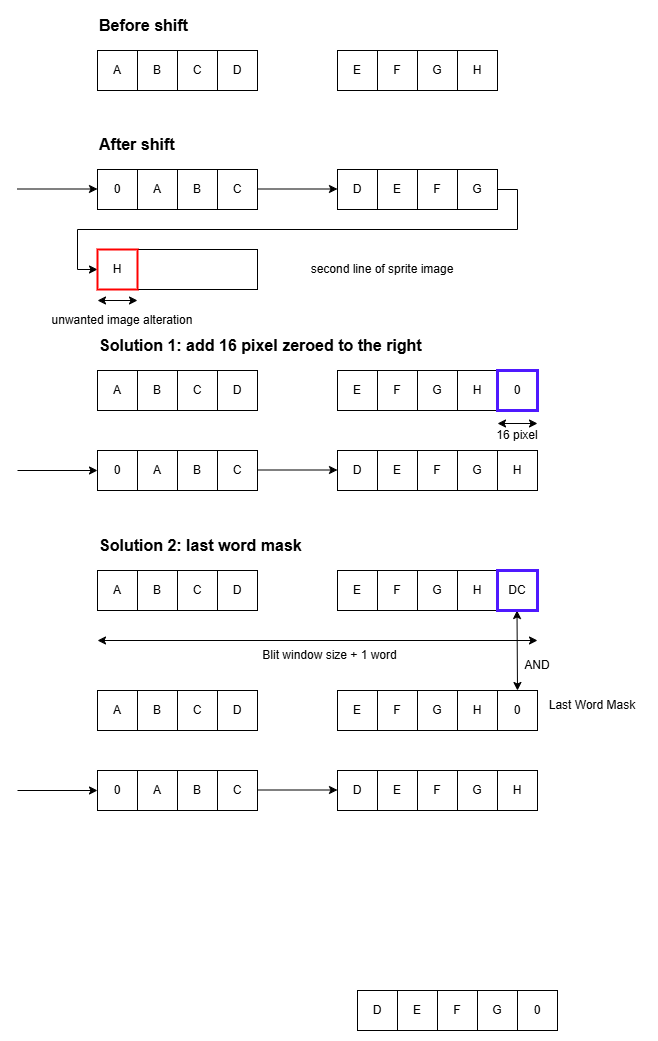
Before: tutorials/images/blitter_shift.drawio.png, a diagram exported from draw.io (stefanocoppi/amiga_game_prog). Source tidied: cells renumbered, new cells last; positions are measured from the earlier drawing's top-left corner, leaving out a move shared by most shapes.
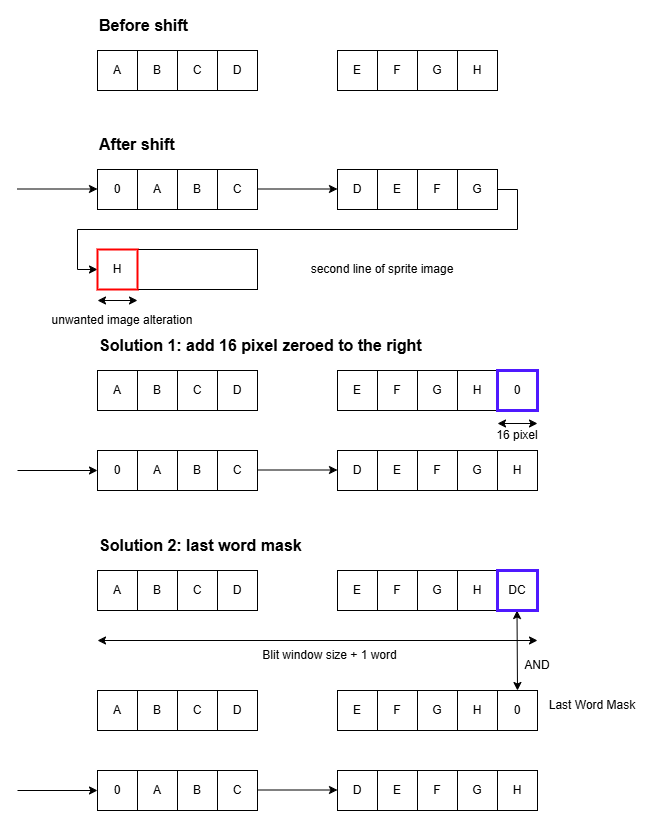
After the change.

Change to the diagram source:
```diff
@@ -98,24 +98,6 @@
     <mxCell id="31" value="Last Word Mask" style="text;html=1;align=center;verticalAlign=middle;whiteSpace=wrap;rounded=0;" parent="1" vertex="1">
       <mxGeometry x="520" y="680" width="110" height="30" as="geometry" />
     </mxCell>
-    <mxCell id="32" style="rounded=0;whiteSpace=wrap;html=1;" parent="1" vertex="1">
-      <mxGeometry x="340" y="980" width="200" height="40" as="geometry" />
-    </mxCell>
-    <mxCell id="33" value="D" style="rounded=0;whiteSpace=wrap;html=1;" parent="1" vertex="1">
-      <mxGeometry x="340" y="980" width="40" height="40" as="geometry" />
-    </mxCell>
-    <mxCell id="34" value="E" style="rounded=0;whiteSpace=wrap;html=1;" parent="1" vertex="1">
-      <mxGeometry x="380" y="980" width="40" height="40" as="geometry" />
-    </mxCell>
-    <mxCell id="35" value="F" style="rounded=0;whiteSpace=wrap;html=1;" parent="1" vertex="1">
-      <mxGeometry x="420" y="980" width="40" height="40" as="geometry" />
-    </mxCell>
-    <mxCell id="36" value="G" style="rounded=0;whiteSpace=wrap;html=1;" parent="1" vertex="1">
-      <mxGeometry x="460" y="980" width="40" height="40" as="geometry" />
-    </mxCell>
-    <mxCell id="37" value="0" style="rounded=0;whiteSpace=wrap;html=1;" parent="1" vertex="1">
-      <mxGeometry x="500" y="980" width="40" height="40" as="geometry" />
-    </mxCell>
     <mxCell id="38" style="endArrow=classic;startArrow=classic;html=1;rounded=0;exitX=0.5;exitY=0;exitDx=0;exitDy=0;" parent="1" edge="1" source="30">
       <mxGeometry relative="1" as="geometry">
         <mxPoint x="499.5" y="600" as="targetPoint" />
```
